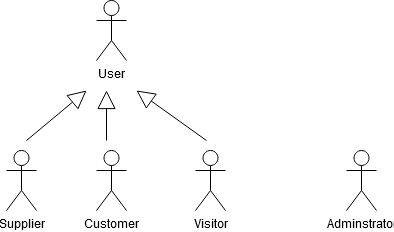
This is images/Actors.png from zemacedo99/FEUP-LBAW, a draw.io export, as it was before one commit. Source tidied: cells renumbered, new cells last; positions are measured from the earlier drawing's top-left corner, leaving out a move shared by most shapes.
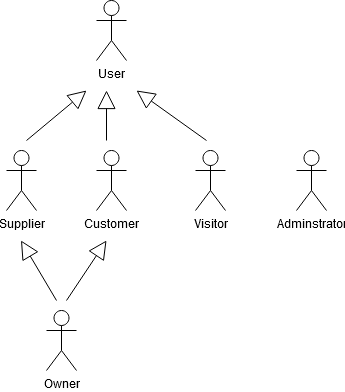
The same diagram one commit later.

The edit, as a diff of the source:
```diff
@@ -33,7 +33,22 @@
       </mxGeometry>
     </mxCell>
     <mxCell id="9" value="&lt;div&gt;Adminstrator&lt;/div&gt;" style="shape=umlActor;verticalLabelPosition=bottom;verticalAlign=top;html=1;" parent="1" vertex="1">
-      <mxGeometry x="340" y="150" width="30" height="60" as="geometry" />
+      <mxGeometry x="290" y="150" width="30" height="60" as="geometry" />
     </mxCell>
+    <mxCell id="10" style="endArrow=block;endSize=16;endFill=0;html=1;" parent="1" edge="1">
+      <mxGeometry relative="1" as="geometry">
+        <mxPoint x="50" y="300" as="sourcePoint" />
+        <mxPoint x="14.5" y="240" as="targetPoint" />
+      </mxGeometry>
+    </mxCell>
+    <mxCell id="11" value="Owner&lt;br&gt;" style="shape=umlActor;verticalLabelPosition=bottom;verticalAlign=top;html=1;" parent="1" vertex="1">
+      <mxGeometry x="40" y="310" width="30" height="60" as="geometry" />
+    </mxCell>
+    <mxCell id="12" style="endArrow=block;endSize=16;endFill=0;html=1;" parent="1" edge="1">
+      <mxGeometry relative="1" as="geometry">
+        <mxPoint x="60" y="300" as="sourcePoint" />
+        <mxPoint x="100" y="240" as="targetPoint" />
+      </mxGeometry>
+    </mxCell>
   </root>
 </mxGraphModel>
```
